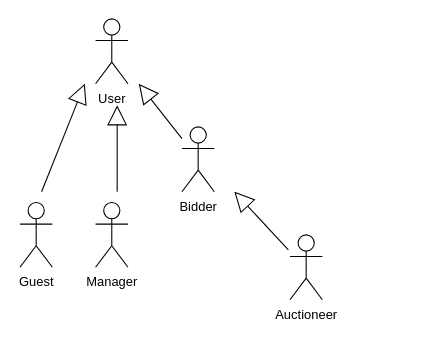
Before: assets/A2.drawio in Miggs7/FEUP--LBAW, a draw.io diagram. Source tidied: cells renumbered, new cells numbered last; positions are measured from the earlier drawing's top-left corner, leaving out a move shared by most shapes. Both pictures are drawn from the tidied source at 108%, with x=0, y=0 at pixel (19, 18).
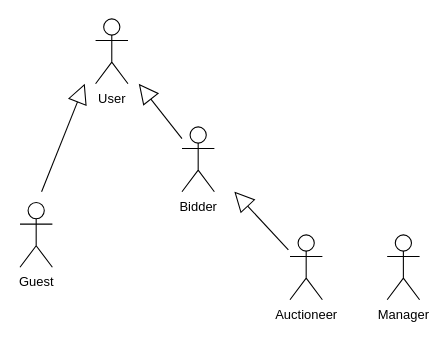
Above is the later version.

Commit message (it also covers changes not shown here):
Updated Actors Diagram

Change to the diagram source:
```diff
@@
 <mxGraphModel>
   <root>
     <mxCell id="0" />
     <mxCell id="1" parent="0" />
     <mxCell id="2" value="User" style="shape=umlActor;verticalLabelPosition=bottom;verticalAlign=top;html=1;" parent="1" vertex="1">
       <mxGeometry x="70" width="30" height="60" as="geometry" />
     </mxCell>
     <mxCell id="3" value="Auctioneer" style="shape=umlActor;verticalLabelPosition=bottom;verticalAlign=top;html=1;" parent="1" vertex="1">
       <mxGeometry x="250" y="200" width="30" height="60" as="geometry" />
     </mxCell>
     <mxCell id="4" value="Bidder" style="shape=umlActor;verticalLabelPosition=bottom;verticalAlign=top;html=1;outlineConnect=0;" parent="1" vertex="1">
       <mxGeometry x="150" y="100" width="30" height="60" as="geometry" />
     </mxCell>
     <mxCell id="5" value="Guest" style="shape=umlActor;verticalLabelPosition=bottom;verticalAlign=top;html=1;" parent="1" vertex="1">
       <mxGeometry y="170" width="30" height="60" as="geometry" />
     </mxCell>
     <mxCell id="6" value="Manager" style="shape=umlActor;verticalLabelPosition=bottom;verticalAlign=top;html=1;" parent="1" vertex="1">
-      <mxGeometry x="70" y="170" width="30" height="60" as="geometry" />
+      <mxGeometry x="340" y="200" width="30" height="60" as="geometry" />
     </mxCell>
     <mxCell id="7" style="endArrow=block;endSize=16;endFill=0;html=1;rounded=0;" parent="1" edge="1">
       <mxGeometry relative="1" as="geometry">
         <mxPoint x="20" y="160" as="sourcePoint" />
         <mxPoint x="60" y="60" as="targetPoint" />
       </mxGeometry>
     </mxCell>
-    <mxCell id="8" style="endArrow=block;endSize=16;endFill=0;html=1;rounded=0;" parent="1" edge="1">
-      <mxGeometry relative="1" as="geometry">
-        <mxPoint x="90" y="160" as="sourcePoint" />
-        <mxPoint x="90" y="80" as="targetPoint" />
-      </mxGeometry>
-    </mxCell>
     <mxCell id="9" style="endArrow=block;endSize=16;endFill=0;html=1;rounded=0;" parent="1" edge="1" source="4">
       <mxGeometry relative="1" as="geometry">
         <mxPoint x="110" y="60" as="targetPoint" />
       </mxGeometry>
     </mxCell>
     <mxCell id="10" style="endArrow=block;endSize=16;endFill=0;html=1;rounded=0;" parent="1" edge="1">
       <mxGeometry relative="1" as="geometry">
         <mxPoint x="248.5" y="213.8" as="sourcePoint" />
         <mxPoint x="198.5" y="160" as="targetPoint" />
       </mxGeometry>
     </mxCell>
   </root>
 </mxGraphModel>
```
